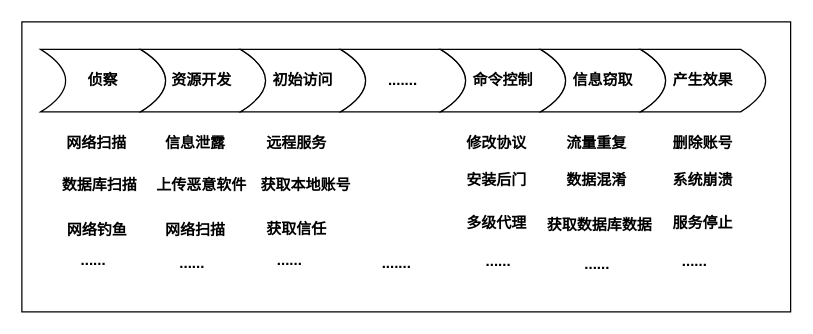
Above: attack.drawio in Niujieheng/GitHub_Jul (draw.io), before the change. Source tidied: cells renumbered, new cells numbered last; positions are measured from the earlier drawing's top-left corner, leaving out a move shared by most shapes. Both pictures are drawn from the tidied source at 125%, with x=0, y=0 at pixel (21, 21).
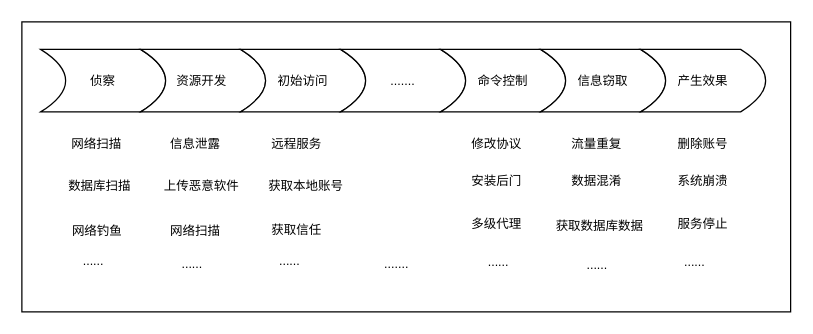
The same page after the edit.

The edit, as a diff of the source:
```diff
@@
-    <mxCell id="2" style="rounded=0;whiteSpace=wrap;html=1;fontStyle=1;" parent="1" vertex="1">
+    <mxCell id="2" style="rounded=0;whiteSpace=wrap;html=1;fontStyle=0;fontSize=10;" parent="1" vertex="1">
       <mxGeometry width="615" height="232" as="geometry" />
     </mxCell>
-    <mxCell id="3" value="&lt;p class=&quot;MsoNormal&quot;&gt;&lt;br&gt;&lt;/p&gt;" style="shape=dataStorage;whiteSpace=wrap;html=1;fixedSize=1;rotation=-180;fontStyle=1;" parent="1" vertex="1">
+    <mxCell id="3" value="&lt;p class=&quot;MsoNormal&quot; style=&quot;font-size: 10px;&quot;&gt;&lt;br style=&quot;font-size: 10px;&quot;&gt;&lt;/p&gt;" style="shape=dataStorage;whiteSpace=wrap;html=1;fixedSize=1;rotation=-180;fontStyle=0;fontSize=10;" parent="1" vertex="1">
       <mxGeometry x="15" y="22" width="100" height="50" as="geometry" />
     </mxCell>
-    <mxCell id="4" value="侦察" style="text;html=1;strokeColor=none;fillColor=none;align=center;verticalAlign=middle;whiteSpace=wrap;rounded=0;fontStyle=1;" parent="1" vertex="1">
+    <mxCell id="4" value="侦察" style="text;html=1;strokeColor=none;fillColor=none;align=center;verticalAlign=middle;whiteSpace=wrap;rounded=0;fontStyle=0;fontSize=10;" parent="1" vertex="1">
       <mxGeometry x="30" y="34.5" width="70" height="25" as="geometry" />
     </mxCell>
-    <mxCell id="5" value="&lt;p class=&quot;MsoNormal&quot;&gt;&lt;br&gt;&lt;/p&gt;" style="shape=dataStorage;whiteSpace=wrap;html=1;fixedSize=1;rotation=-180;fontStyle=1;" parent="1" vertex="1">
+    <mxCell id="5" value="&lt;p class=&quot;MsoNormal&quot; style=&quot;font-size: 10px;&quot;&gt;&lt;br style=&quot;font-size: 10px;&quot;&gt;&lt;/p&gt;" style="shape=dataStorage;whiteSpace=wrap;html=1;fixedSize=1;rotation=-180;fontStyle=0;fontSize=10;" parent="1" vertex="1">
       <mxGeometry x="95" y="22" width="100" height="50" as="geometry" />
     </mxCell>
-    <mxCell id="6" value="&lt;p class=&quot;MsoNormal&quot;&gt;&lt;br&gt;&lt;/p&gt;" style="shape=dataStorage;whiteSpace=wrap;html=1;fixedSize=1;rotation=-180;fontStyle=1;" parent="1" vertex="1">
+    <mxCell id="6" value="&lt;p class=&quot;MsoNormal&quot; style=&quot;font-size: 10px;&quot;&gt;&lt;br style=&quot;font-size: 10px;&quot;&gt;&lt;/p&gt;" style="shape=dataStorage;whiteSpace=wrap;html=1;fixedSize=1;rotation=-180;fontStyle=0;fontSize=10;" parent="1" vertex="1">
       <mxGeometry x="175" y="22" width="100" height="50" as="geometry" />
     </mxCell>
-    <mxCell id="7" value="&lt;p class=&quot;MsoNormal&quot;&gt;&lt;br&gt;&lt;/p&gt;" style="shape=dataStorage;whiteSpace=wrap;html=1;fixedSize=1;rotation=-180;fontStyle=1;" parent="1" vertex="1">
+    <mxCell id="7" value="&lt;p class=&quot;MsoNormal&quot; style=&quot;font-size: 10px;&quot;&gt;&lt;br style=&quot;font-size: 10px;&quot;&gt;&lt;/p&gt;" style="shape=dataStorage;whiteSpace=wrap;html=1;fixedSize=1;rotation=-180;fontStyle=0;fontSize=10;" parent="1" vertex="1">
       <mxGeometry x="255" y="22" width="100" height="50" as="geometry" />
     </mxCell>
-    <mxCell id="8" value="&lt;p class=&quot;MsoNormal&quot;&gt;&lt;br&gt;&lt;/p&gt;" style="shape=dataStorage;whiteSpace=wrap;html=1;fixedSize=1;rotation=-180;fontStyle=1;" parent="1" vertex="1">
+    <mxCell id="8" value="&lt;p class=&quot;MsoNormal&quot; style=&quot;font-size: 10px;&quot;&gt;&lt;br style=&quot;font-size: 10px;&quot;&gt;&lt;/p&gt;" style="shape=dataStorage;whiteSpace=wrap;html=1;fixedSize=1;rotation=-180;fontStyle=0;fontSize=10;" parent="1" vertex="1">
       <mxGeometry x="335" y="22" width="100" height="50" as="geometry" />
     </mxCell>
-    <mxCell id="9" value="&lt;p class=&quot;MsoNormal&quot;&gt;&lt;br&gt;&lt;/p&gt;" style="shape=dataStorage;whiteSpace=wrap;html=1;fixedSize=1;rotation=-180;fontStyle=1;" parent="1" vertex="1">
+    <mxCell id="9" value="&lt;p class=&quot;MsoNormal&quot; style=&quot;font-size: 10px;&quot;&gt;&lt;br style=&quot;font-size: 10px;&quot;&gt;&lt;/p&gt;" style="shape=dataStorage;whiteSpace=wrap;html=1;fixedSize=1;rotation=-180;fontStyle=0;fontSize=10;" parent="1" vertex="1">
       <mxGeometry x="415" y="22" width="100" height="50" as="geometry" />
     </mxCell>
-    <mxCell id="10" value="资源开发" style="text;html=1;strokeColor=none;fillColor=none;align=center;verticalAlign=middle;whiteSpace=wrap;rounded=0;fontStyle=1;" parent="1" vertex="1">
+    <mxCell id="10" value="资源开发" style="text;html=1;strokeColor=none;fillColor=none;align=center;verticalAlign=middle;whiteSpace=wrap;rounded=0;fontStyle=0;fontSize=10;" parent="1" vertex="1">
       <mxGeometry x="109" y="34.5" width="70" height="25" as="geometry" />
     </mxCell>
-    <mxCell id="11" value="信息窃取" style="text;html=1;strokeColor=none;fillColor=none;align=center;verticalAlign=middle;whiteSpace=wrap;rounded=0;fontStyle=1;" parent="1" vertex="1">
+    <mxCell id="11" value="信息窃取" style="text;html=1;strokeColor=none;fillColor=none;align=center;verticalAlign=middle;whiteSpace=wrap;rounded=0;fontStyle=0;fontSize=10;" parent="1" vertex="1">
       <mxGeometry x="430" y="34.5" width="70" height="25" as="geometry" />
     </mxCell>
-    <mxCell id="12" value="初始访问" style="text;html=1;strokeColor=none;fillColor=none;align=center;verticalAlign=middle;whiteSpace=wrap;rounded=0;fontStyle=1;" parent="1" vertex="1">
+    <mxCell id="12" value="初始访问" style="text;html=1;strokeColor=none;fillColor=none;align=center;verticalAlign=middle;whiteSpace=wrap;rounded=0;fontStyle=0;fontSize=10;" parent="1" vertex="1">
       <mxGeometry x="190" y="34.5" width="70" height="25" as="geometry" />
     </mxCell>
-    <mxCell id="13" value="......." style="text;html=1;strokeColor=none;fillColor=none;align=center;verticalAlign=middle;whiteSpace=wrap;rounded=0;fontStyle=1;" parent="1" vertex="1">
+    <mxCell id="13" value="......." style="text;html=1;strokeColor=none;fillColor=none;align=center;verticalAlign=middle;whiteSpace=wrap;rounded=0;fontStyle=0;fontSize=10;" parent="1" vertex="1">
       <mxGeometry x="270" y="34.5" width="70" height="25" as="geometry" />
     </mxCell>
-    <mxCell id="14" value="命令控制" style="text;html=1;strokeColor=none;fillColor=none;align=center;verticalAlign=middle;whiteSpace=wrap;rounded=0;fontStyle=1;" parent="1" vertex="1">
+    <mxCell id="14" value="命令控制" style="text;html=1;strokeColor=none;fillColor=none;align=center;verticalAlign=middle;whiteSpace=wrap;rounded=0;fontStyle=0;fontSize=10;" parent="1" vertex="1">
       <mxGeometry x="350" y="34.5" width="70" height="25" as="geometry" />
     </mxCell>
-    <mxCell id="15" value="&lt;p class=&quot;MsoNormal&quot;&gt;&lt;br&gt;&lt;/p&gt;" style="shape=dataStorage;whiteSpace=wrap;html=1;fixedSize=1;rotation=-180;fontStyle=1;" parent="1" vertex="1">
+    <mxCell id="15" value="&lt;p class=&quot;MsoNormal&quot; style=&quot;font-size: 10px;&quot;&gt;&lt;br style=&quot;font-size: 10px;&quot;&gt;&lt;/p&gt;" style="shape=dataStorage;whiteSpace=wrap;html=1;fixedSize=1;rotation=-180;fontStyle=0;fontSize=10;" parent="1" vertex="1">
       <mxGeometry x="495" y="22" width="100" height="50" as="geometry" />
     </mxCell>
-    <mxCell id="16" value="产生效果" style="text;html=1;strokeColor=none;fillColor=none;align=center;verticalAlign=middle;whiteSpace=wrap;rounded=0;fontStyle=1;" parent="1" vertex="1">
+    <mxCell id="16" value="产生效果" style="text;html=1;strokeColor=none;fillColor=none;align=center;verticalAlign=middle;whiteSpace=wrap;rounded=0;fontStyle=0;fontSize=10;" parent="1" vertex="1">
       <mxGeometry x="510" y="34.5" width="70" height="25" as="geometry" />
     </mxCell>
-    <mxCell id="17" value="网络扫描" style="text;html=1;strokeColor=none;fillColor=none;align=center;verticalAlign=middle;whiteSpace=wrap;rounded=0;fontStyle=1;" parent="1" vertex="1">
+    <mxCell id="17" value="网络扫描" style="text;html=1;strokeColor=none;fillColor=none;align=center;verticalAlign=middle;whiteSpace=wrap;rounded=0;fontStyle=0;fontSize=10;" parent="1" vertex="1">
       <mxGeometry x="30" y="82" width="60" height="30" as="geometry" />
     </mxCell>
-    <mxCell id="18" value="数据库扫描" style="text;html=1;strokeColor=none;fillColor=none;align=center;verticalAlign=middle;whiteSpace=wrap;rounded=0;fontStyle=1;" parent="1" vertex="1">
+    <mxCell id="18" value="数据库扫描" style="text;html=1;strokeColor=none;fillColor=none;align=center;verticalAlign=middle;whiteSpace=wrap;rounded=0;fontStyle=0;fontSize=10;" parent="1" vertex="1">
       <mxGeometry x="30" y="116" width="65" height="30" as="geometry" />
     </mxCell>
-    <mxCell id="19" value="网络钓鱼" style="text;html=1;strokeColor=none;fillColor=none;align=center;verticalAlign=middle;whiteSpace=wrap;rounded=0;fontStyle=1;" parent="1" vertex="1">
+    <mxCell id="19" value="网络钓鱼" style="text;html=1;strokeColor=none;fillColor=none;align=center;verticalAlign=middle;whiteSpace=wrap;rounded=0;fontStyle=0;fontSize=10;" parent="1" vertex="1">
       <mxGeometry x="27.5" y="152" width="65" height="30" as="geometry" />
     </mxCell>
-    <mxCell id="20" value="信息泄露" style="text;html=1;strokeColor=none;fillColor=none;align=center;verticalAlign=middle;whiteSpace=wrap;rounded=0;fontStyle=1;" parent="1" vertex="1">
+    <mxCell id="20" value="信息泄露" style="text;html=1;strokeColor=none;fillColor=none;align=center;verticalAlign=middle;whiteSpace=wrap;rounded=0;fontStyle=0;fontSize=10;" parent="1" vertex="1">
       <mxGeometry x="109" y="82" width="60" height="30" as="geometry" />
     </mxCell>
-    <mxCell id="21" value="上传恶意软件" style="text;html=1;strokeColor=none;fillColor=none;align=center;verticalAlign=middle;whiteSpace=wrap;rounded=0;fontStyle=1;" parent="1" vertex="1">
+    <mxCell id="21" value="上传恶意软件" style="text;html=1;strokeColor=none;fillColor=none;align=center;verticalAlign=middle;whiteSpace=wrap;rounded=0;fontStyle=0;fontSize=10;" parent="1" vertex="1">
       <mxGeometry x="106" y="116" width="76" height="30" as="geometry" />
     </mxCell>
-    <mxCell id="22" value="网络扫描" style="text;html=1;strokeColor=none;fillColor=none;align=center;verticalAlign=middle;whiteSpace=wrap;rounded=0;fontStyle=1;" parent="1" vertex="1">
+    <mxCell id="22" value="网络扫描" style="text;html=1;strokeColor=none;fillColor=none;align=center;verticalAlign=middle;whiteSpace=wrap;rounded=0;fontStyle=0;fontSize=10;" parent="1" vertex="1">
       <mxGeometry x="109" y="152" width="60" height="30" as="geometry" />
     </mxCell>
-    <mxCell id="23" value="远程服务" style="text;html=1;strokeColor=none;fillColor=none;align=center;verticalAlign=middle;whiteSpace=wrap;rounded=0;fontStyle=1;" parent="1" vertex="1">
+    <mxCell id="23" value="远程服务" style="text;html=1;strokeColor=none;fillColor=none;align=center;verticalAlign=middle;whiteSpace=wrap;rounded=0;fontStyle=0;fontSize=10;" parent="1" vertex="1">
       <mxGeometry x="190" y="82" width="60" height="30" as="geometry" />
     </mxCell>
-    <mxCell id="24" value="获取本地账号" style="text;html=1;strokeColor=none;fillColor=none;align=center;verticalAlign=middle;whiteSpace=wrap;rounded=0;fontStyle=1;" parent="1" vertex="1">
+    <mxCell id="24" value="获取本地账号" style="text;html=1;strokeColor=none;fillColor=none;align=center;verticalAlign=middle;whiteSpace=wrap;rounded=0;fontStyle=0;fontSize=10;" parent="1" vertex="1">
       <mxGeometry x="190" y="116" width="75" height="30" as="geometry" />
     </mxCell>
-    <mxCell id="25" value="获取信任" style="text;html=1;strokeColor=none;fillColor=none;align=center;verticalAlign=middle;whiteSpace=wrap;rounded=0;fontStyle=1;" parent="1" vertex="1">
+    <mxCell id="25" value="获取信任" style="text;html=1;strokeColor=none;fillColor=none;align=center;verticalAlign=middle;whiteSpace=wrap;rounded=0;fontStyle=0;fontSize=10;" parent="1" vertex="1">
       <mxGeometry x="190" y="151" width="60" height="30" as="geometry" />
     </mxCell>
-    <mxCell id="26" value="修改协议" style="text;html=1;strokeColor=none;fillColor=none;align=center;verticalAlign=middle;whiteSpace=wrap;rounded=0;fontStyle=1;" parent="1" vertex="1">
+    <mxCell id="26" value="修改协议" style="text;html=1;strokeColor=none;fillColor=none;align=center;verticalAlign=middle;whiteSpace=wrap;rounded=0;fontStyle=0;fontSize=10;" parent="1" vertex="1">
       <mxGeometry x="350" y="82" width="60" height="30" as="geometry" />
     </mxCell>
-    <mxCell id="27" value="安装后门" style="text;html=1;strokeColor=none;fillColor=none;align=center;verticalAlign=middle;whiteSpace=wrap;rounded=0;fontStyle=1;" parent="1" vertex="1">
+    <mxCell id="27" value="安装后门" style="text;html=1;strokeColor=none;fillColor=none;align=center;verticalAlign=middle;whiteSpace=wrap;rounded=0;fontStyle=0;fontSize=10;" parent="1" vertex="1">
       <mxGeometry x="350" y="112" width="60" height="30" as="geometry" />
     </mxCell>
-    <mxCell id="28" value="多级代理" style="text;html=1;strokeColor=none;fillColor=none;align=center;verticalAlign=middle;whiteSpace=wrap;rounded=0;fontStyle=1;" parent="1" vertex="1">
+    <mxCell id="28" value="多级代理" style="text;html=1;strokeColor=none;fillColor=none;align=center;verticalAlign=middle;whiteSpace=wrap;rounded=0;fontStyle=0;fontSize=10;" parent="1" vertex="1">
       <mxGeometry x="350" y="146" width="60" height="30" as="geometry" />
     </mxCell>
-    <mxCell id="29" value="流量重复" style="text;html=1;strokeColor=none;fillColor=none;align=center;verticalAlign=middle;whiteSpace=wrap;rounded=0;fontStyle=1;" parent="1" vertex="1">
+    <mxCell id="29" value="流量重复" style="text;html=1;strokeColor=none;fillColor=none;align=center;verticalAlign=middle;whiteSpace=wrap;rounded=0;fontStyle=0;fontSize=10;" parent="1" vertex="1">
       <mxGeometry x="430" y="82" width="60" height="30" as="geometry" />
     </mxCell>
-    <mxCell id="30" value="数据混淆" style="text;html=1;strokeColor=none;fillColor=none;align=center;verticalAlign=middle;whiteSpace=wrap;rounded=0;fontStyle=1;" parent="1" vertex="1">
+    <mxCell id="30" value="数据混淆" style="text;html=1;strokeColor=none;fillColor=none;align=center;verticalAlign=middle;whiteSpace=wrap;rounded=0;fontStyle=0;fontSize=10;" parent="1" vertex="1">
       <mxGeometry x="430" y="112" width="60" height="30" as="geometry" />
     </mxCell>
-    <mxCell id="31" value="获取数据库数据" style="text;html=1;strokeColor=none;fillColor=none;align=center;verticalAlign=middle;whiteSpace=wrap;rounded=0;fontStyle=1;" parent="1" vertex="1">
+    <mxCell id="31" value="获取数据库数据" style="text;html=1;strokeColor=none;fillColor=none;align=center;verticalAlign=middle;whiteSpace=wrap;rounded=0;fontStyle=0;fontSize=10;" parent="1" vertex="1">
       <mxGeometry x="415" y="148" width="95" height="30" as="geometry" />
     </mxCell>
-    <mxCell id="32" value="删除账号" style="text;html=1;strokeColor=none;fillColor=none;align=center;verticalAlign=middle;whiteSpace=wrap;rounded=0;fontStyle=1;" parent="1" vertex="1">
+    <mxCell id="32" value="删除账号" style="text;html=1;strokeColor=none;fillColor=none;align=center;verticalAlign=middle;whiteSpace=wrap;rounded=0;fontStyle=0;fontSize=10;" parent="1" vertex="1">
       <mxGeometry x="515" y="82" width="60" height="30" as="geometry" />
     </mxCell>
-    <mxCell id="33" value="系统崩溃" style="text;html=1;strokeColor=none;fillColor=none;align=center;verticalAlign=middle;whiteSpace=wrap;rounded=0;fontStyle=1;" parent="1" vertex="1">
+    <mxCell id="33" value="系统崩溃" style="text;html=1;strokeColor=none;fillColor=none;align=center;verticalAlign=middle;whiteSpace=wrap;rounded=0;fontStyle=0;fontSize=10;" parent="1" vertex="1">
       <mxGeometry x="515" y="112" width="60" height="30" as="geometry" />
     </mxCell>
-    <mxCell id="34" value="服务停止" style="text;html=1;strokeColor=none;fillColor=none;align=center;verticalAlign=middle;whiteSpace=wrap;rounded=0;fontStyle=1;" parent="1" vertex="1">
+    <mxCell id="34" value="服务停止" style="text;html=1;strokeColor=none;fillColor=none;align=center;verticalAlign=middle;whiteSpace=wrap;rounded=0;fontStyle=0;fontSize=10;" parent="1" vertex="1">
       <mxGeometry x="515" y="146" width="60" height="30" as="geometry" />
     </mxCell>
-    <mxCell id="35" value="......" style="text;html=1;strokeColor=none;fillColor=none;align=center;verticalAlign=middle;whiteSpace=wrap;rounded=0;fontStyle=1;" parent="1" vertex="1">
+    <mxCell id="35" value="......" style="text;html=1;strokeColor=none;fillColor=none;align=center;verticalAlign=middle;whiteSpace=wrap;rounded=0;fontStyle=0;fontSize=10;" parent="1" vertex="1">
       <mxGeometry x="25" y="176" width="65" height="30" as="geometry" />
     </mxCell>
-    <mxCell id="36" value="......" style="text;html=1;strokeColor=none;fillColor=none;align=center;verticalAlign=middle;whiteSpace=wrap;rounded=0;fontStyle=1;" parent="1" vertex="1">
+    <mxCell id="36" value="......" style="text;html=1;strokeColor=none;fillColor=none;align=center;verticalAlign=middle;whiteSpace=wrap;rounded=0;fontStyle=0;fontSize=10;" parent="1" vertex="1">
       <mxGeometry x="104" y="178" width="65" height="30" as="geometry" />
     </mxCell>
-    <mxCell id="37" value="......" style="text;html=1;strokeColor=none;fillColor=none;align=center;verticalAlign=middle;whiteSpace=wrap;rounded=0;fontStyle=1;" parent="1" vertex="1">
+    <mxCell id="37" value="......" style="text;html=1;strokeColor=none;fillColor=none;align=center;verticalAlign=middle;whiteSpace=wrap;rounded=0;fontStyle=0;fontSize=10;" parent="1" vertex="1">
       <mxGeometry x="182" y="176" width="65" height="30" as="geometry" />
     </mxCell>
-    <mxCell id="38" value="......" style="text;html=1;strokeColor=none;fillColor=none;align=center;verticalAlign=middle;whiteSpace=wrap;rounded=0;fontStyle=1;" parent="1" vertex="1">
+    <mxCell id="38" value="......" style="text;html=1;strokeColor=none;fillColor=none;align=center;verticalAlign=middle;whiteSpace=wrap;rounded=0;fontStyle=0;fontSize=10;" parent="1" vertex="1">
       <mxGeometry x="349" y="177" width="65" height="30" as="geometry" />
     </mxCell>
-    <mxCell id="39" value="......" style="text;html=1;strokeColor=none;fillColor=none;align=center;verticalAlign=middle;whiteSpace=wrap;rounded=0;fontStyle=1;" parent="1" vertex="1">
+    <mxCell id="39" value="......" style="text;html=1;strokeColor=none;fillColor=none;align=center;verticalAlign=middle;whiteSpace=wrap;rounded=0;fontStyle=0;fontSize=10;" parent="1" vertex="1">
       <mxGeometry x="428" y="179" width="65" height="30" as="geometry" />
     </mxCell>
-    <mxCell id="40" value="......" style="text;html=1;strokeColor=none;fillColor=none;align=center;verticalAlign=middle;whiteSpace=wrap;rounded=0;fontStyle=1;" parent="1" vertex="1">
+    <mxCell id="40" value="......" style="text;html=1;strokeColor=none;fillColor=none;align=center;verticalAlign=middle;whiteSpace=wrap;rounded=0;fontStyle=0;fontSize=10;" parent="1" vertex="1">
       <mxGeometry x="506" y="177" width="65" height="30" as="geometry" />
     </mxCell>
-    <mxCell id="41" value="......." style="text;html=1;strokeColor=none;fillColor=none;align=center;verticalAlign=middle;whiteSpace=wrap;rounded=0;fontStyle=1;" parent="1" vertex="1">
+    <mxCell id="41" value="......." style="text;html=1;strokeColor=none;fillColor=none;align=center;verticalAlign=middle;whiteSpace=wrap;rounded=0;fontStyle=0;fontSize=10;" parent="1" vertex="1">
       <mxGeometry x="265" y="180.5" width="70" height="25" as="geometry" />
     </mxCell>
```
